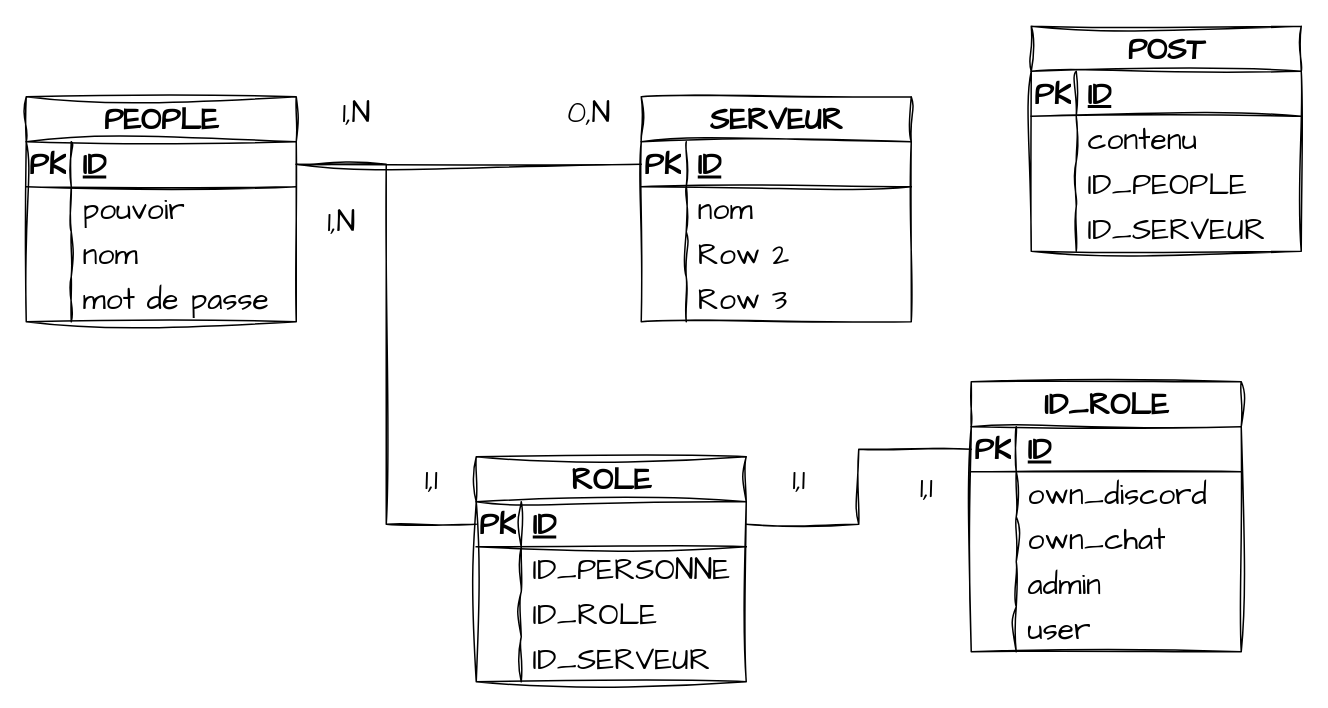
The draw.io diagram mitsu.drawio in vsilvanska/mitsu_projet, before the edit. Source tidied: cells renumbered, new cells numbered last; positions are measured from the earlier drawing's top-left corner, leaving out a move shared by most shapes. Both pictures are drawn from the tidied source at 150%, with x=0, y=0 at pixel (26, 26).
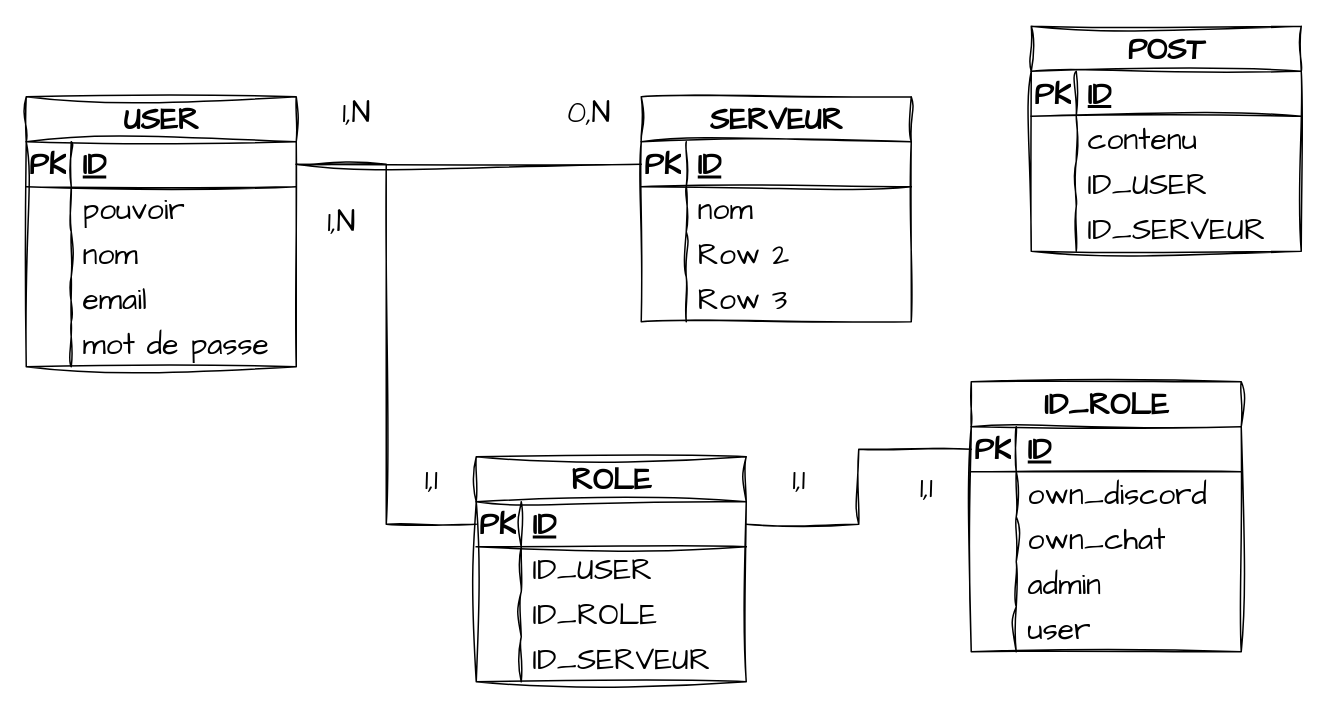
The same page after the edit.

Commit message:
Mettre à jour mitsu.drawio

The change refers to these unchanged cells:
```xml
<mxCell id="19" style="shape=tableRow;horizontal=0;startSize=0;swimlaneHead=0;swimlaneBody=0;fillColor=none;top=0;left=0;right=0;bottom=0;sketch=1;hachureGap=4;jiggle=2;curveFitting=1;fontFamily=Architects Daughter;fontSize=20;" parent="15" vertex="1">
  <mxGeometry y="60" width="180" height="30" as="geometry" />
</mxCell>
<mxCell id="51" style="shape=tableRow;horizontal=0;startSize=0;swimlaneHead=0;swimlaneBody=0;fillColor=none;top=0;left=0;right=0;bottom=0;sketch=1;hachureGap=4;jiggle=2;curveFitting=1;fontFamily=Architects Daughter;fontSize=20;" parent="44" vertex="1">
  <mxGeometry y="90" width="180" height="30" as="geometry" />
</mxCell>
```

Diff of the diagram source:
```diff
@@
-    <mxCell id="2" value="PEOPLE" style="shape=table;startSize=30;childLayout=tableLayout;rowLines=0;fontStyle=1;align=center;html=1;sketch=1;hachureGap=4;jiggle=2;curveFitting=1;fontFamily=Architects Daughter;fontSize=20;" parent="1" vertex="1">
-      <mxGeometry y="47" width="180" height="150" as="geometry" />
+    <mxCell id="2" value="USER" style="shape=table;startSize=30;childLayout=tableLayout;rowLines=0;fontStyle=1;align=center;html=1;sketch=1;hachureGap=4;jiggle=2;curveFitting=1;fontFamily=Architects Daughter;fontSize=20;" parent="1" vertex="1">
+      <mxGeometry y="47" width="180" height="180" as="geometry" />
     </mxCell>
@@
+    <mxCell id="79" style="shape=tableRow;horizontal=0;startSize=0;swimlaneHead=0;swimlaneBody=0;fillColor=none;top=0;left=0;right=0;bottom=0;sketch=1;hachureGap=4;jiggle=2;curveFitting=1;fontFamily=Architects Daughter;fontSize=20;" parent="2" vertex="1">
+      <mxGeometry y="120" width="180" height="30" as="geometry" />
+    </mxCell>
+    <mxCell id="80" style="shape=partialRectangle;fillColor=none;top=0;left=0;bottom=0;right=0;overflow=hidden;whiteSpace=wrap;html=1;sketch=1;hachureGap=4;jiggle=2;curveFitting=1;fontFamily=Architects Daughter;fontSize=20;" parent="79" vertex="1">
+      <mxGeometry width="30" height="30" as="geometry" />
+    </mxCell>
+    <mxCell id="81" value="email" style="shape=partialRectangle;fillColor=none;top=0;left=0;bottom=0;right=0;align=left;spacingLeft=6;overflow=hidden;whiteSpace=wrap;html=1;sketch=1;hachureGap=4;jiggle=2;curveFitting=1;fontFamily=Architects Daughter;fontSize=20;" parent="79" vertex="1">
+      <mxGeometry x="30" width="150" height="30" as="geometry" />
+    </mxCell>
     <mxCell id="12" style="shape=tableRow;horizontal=0;startSize=0;swimlaneHead=0;swimlaneBody=0;fillColor=none;top=0;left=0;right=0;bottom=0;sketch=1;hachureGap=4;jiggle=2;curveFitting=1;fontFamily=Architects Daughter;fontSize=20;" parent="2" vertex="1">
-      <mxGeometry y="120" width="180" height="30" as="geometry" />
+      <mxGeometry y="150" width="180" height="30" as="geometry" />
     </mxCell>
@@
-    <mxCell id="21" value="ID_PERSONNE" style="shape=partialRectangle;fillColor=none;top=0;left=0;bottom=0;right=0;align=left;spacingLeft=6;overflow=hidden;whiteSpace=wrap;html=1;sketch=1;hachureGap=4;jiggle=2;curveFitting=1;fontFamily=Architects Daughter;fontSize=20;" parent="19" vertex="1">
+    <mxCell id="21" value="ID_USER" style="shape=partialRectangle;fillColor=none;top=0;left=0;bottom=0;right=0;align=left;spacingLeft=6;overflow=hidden;whiteSpace=wrap;html=1;sketch=1;hachureGap=4;jiggle=2;curveFitting=1;fontFamily=Architects Daughter;fontSize=20;" parent="19" vertex="1">
       <mxGeometry x="30" width="150" height="30" as="geometry" />
     </mxCell>
@@
-    <mxCell id="53" value="ID_PEOPLE" style="shape=partialRectangle;fillColor=none;top=0;left=0;bottom=0;right=0;align=left;spacingLeft=6;overflow=hidden;whiteSpace=wrap;html=1;sketch=1;hachureGap=4;jiggle=2;curveFitting=1;fontFamily=Architects Daughter;fontSize=20;" parent="51" vertex="1">
+    <mxCell id="53" value="ID_USER" style="shape=partialRectangle;fillColor=none;top=0;left=0;bottom=0;right=0;align=left;spacingLeft=6;overflow=hidden;whiteSpace=wrap;html=1;sketch=1;hachureGap=4;jiggle=2;curveFitting=1;fontFamily=Architects Daughter;fontSize=20;" parent="51" vertex="1">
       <mxGeometry x="30" width="150" height="30" as="geometry" />
     </mxCell>
```
